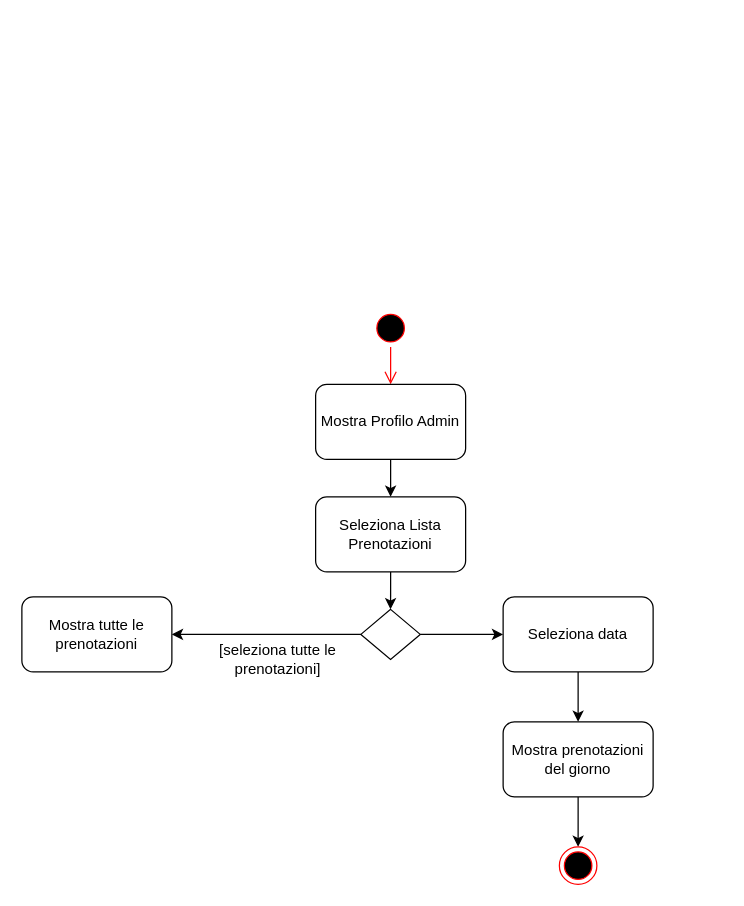
fd-col/ProgettoIngegneriaDelSoftware keeps this draw.io diagram as Diagrammi_delle_attivita/Modificabili/diagramma_attivita_lista_prenotazioni_admin.drawio. Above is the earlier version. Source tidied: cells renumbered, new cells numbered last; positions are measured from the earlier drawing's top-left corner, leaving out a move shared by most shapes. Both pictures are drawn from the tidied source at 125%, with x=0, y=0 at pixel (21, 309).
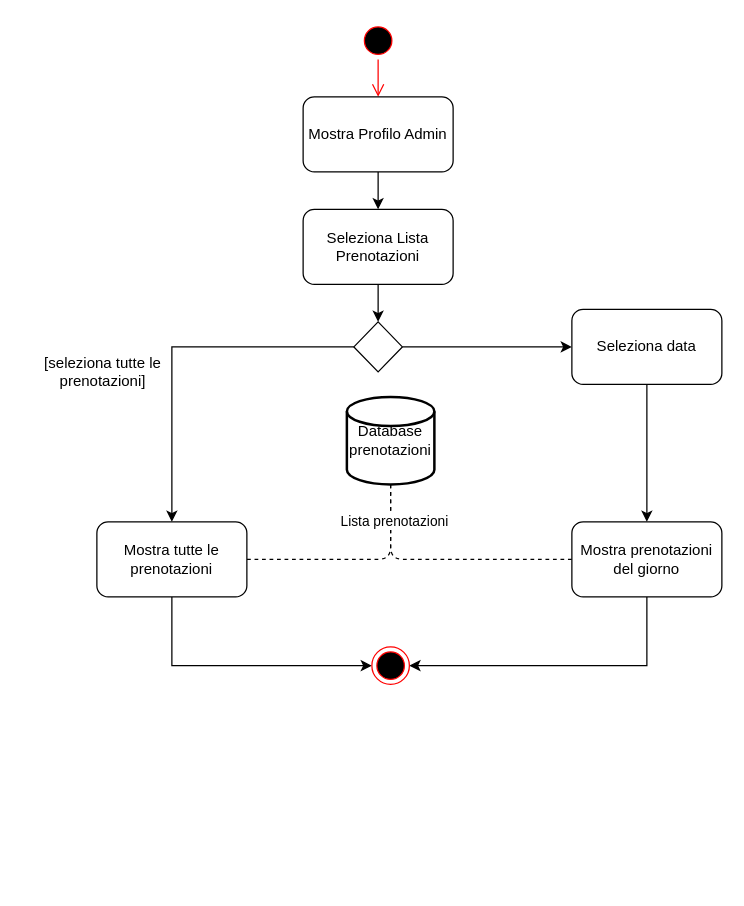
Above is the later version.

The edit, as a diff of the source:
```diff
@@
     <mxCell id="2" style="ellipse;html=1;shape=startState;fillColor=#000000;strokeColor=#ff0000;" parent="1" vertex="1">
-      <mxGeometry x="280" width="30" height="30" as="geometry" />
+      <mxGeometry x="270" y="-230" width="30" height="30" as="geometry" />
     </mxCell>
     <mxCell id="3" style="edgeStyle=orthogonalEdgeStyle;html=1;verticalAlign=bottom;endArrow=open;endSize=8;strokeColor=#ff0000;" parent="1" edge="1" source="2">
       <mxGeometry relative="1" as="geometry">
-        <mxPoint x="295" y="60" as="targetPoint" />
+        <mxPoint x="285" y="-170" as="targetPoint" />
       </mxGeometry>
     </mxCell>
@@
     <mxCell id="5" value="Mostra Profilo Admin" style="rounded=1;whiteSpace=wrap;html=1;" parent="1" vertex="1">
-      <mxGeometry x="235" y="60" width="120" height="60" as="geometry" />
+      <mxGeometry x="225" y="-170" width="120" height="60" as="geometry" />
     </mxCell>
@@
     <mxCell id="7" value="Seleziona Lista Prenotazioni" style="rounded=1;whiteSpace=wrap;html=1;" parent="1" vertex="1">
-      <mxGeometry x="235" y="150" width="120" height="60" as="geometry" />
+      <mxGeometry x="225" y="-80" width="120" height="60" as="geometry" />
     </mxCell>
-    <mxCell id="8" style="edgeStyle=orthogonalEdgeStyle;rounded=0;jettySize=auto;html=1;entryX=1;entryY=0.5;entryDx=0;entryDy=0;" parent="1" edge="1" source="10" target="11">
+    <mxCell id="8" style="edgeStyle=orthogonalEdgeStyle;rounded=0;jettySize=auto;html=1;entryX=0.5;entryY=0;entryDx=0;entryDy=0;" parent="1" edge="1" source="10" target="11">
       <mxGeometry relative="1" as="geometry" />
     </mxCell>
@@
     <mxCell id="10" style="rhombus;whiteSpace=wrap;html=1;" parent="1" vertex="1">
-      <mxGeometry x="271.2" y="240" width="47.5" height="40" as="geometry" />
+      <mxGeometry x="265.6" y="10" width="38.8" height="40" as="geometry" />
     </mxCell>
+    <mxCell id="18" style="edgeStyle=orthogonalEdgeStyle;rounded=0;jettySize=auto;html=1;entryX=0;entryY=0.5;entryDx=0;entryDy=0;" parent="1" edge="1" source="11" target="17">
+      <mxGeometry relative="1" as="geometry">
+        <Array as="points">
+          <mxPoint x="120" y="285" />
+        </Array>
+      </mxGeometry>
+    </mxCell>
     <mxCell id="11" value="Mostra tutte le prenotazioni" style="rounded=1;whiteSpace=wrap;html=1;" parent="1" vertex="1">
-      <mxGeometry y="230" width="120" height="60" as="geometry" />
+      <mxGeometry x="60" y="170" width="120" height="60" as="geometry" />
     </mxCell>
     <mxCell id="12" value="[seleziona tutte le prenotazioni]" style="text;html=1;strokeColor=none;fillColor=none;align=center;verticalAlign=middle;whiteSpace=wrap;rounded=0;" parent="1" vertex="1">
-      <mxGeometry x="150" y="270" width="110" height="20" as="geometry" />
+      <mxGeometry x="10" y="40" width="110" height="20" as="geometry" />
     </mxCell>
@@
     <mxCell id="14" value="Seleziona data" style="rounded=1;whiteSpace=wrap;html=1;" parent="1" vertex="1">
-      <mxGeometry x="385" y="230" width="120" height="60" as="geometry" />
+      <mxGeometry x="440" width="120" height="60" as="geometry" />
     </mxCell>
-    <mxCell id="15" style="edgeStyle=orthogonalEdgeStyle;rounded=0;jettySize=auto;html=1;" parent="1" edge="1" source="16">
+    <mxCell id="15" style="edgeStyle=orthogonalEdgeStyle;rounded=0;jettySize=auto;html=1;entryX=1;entryY=0.5;entryDx=0;entryDy=0;" parent="1" edge="1" source="16" target="17">
       <mxGeometry relative="1" as="geometry">
-        <mxPoint x="445" y="430" as="targetPoint" />
+        <Array as="points">
+          <mxPoint x="500" y="285" />
+        </Array>
       </mxGeometry>
     </mxCell>
     <mxCell id="16" value="Mostra prenotazioni del giorno" style="rounded=1;whiteSpace=wrap;html=1;" parent="1" vertex="1">
-      <mxGeometry x="385" y="330" width="120" height="60" as="geometry" />
+      <mxGeometry x="440" y="170" width="120" height="60" as="geometry" />
     </mxCell>
     <mxCell id="17" style="ellipse;html=1;shape=endState;fillColor=#000000;strokeColor=#ff0000;" parent="1" vertex="1">
-      <mxGeometry x="430" y="430" width="30" height="30" as="geometry" />
+      <mxGeometry x="280" y="270" width="30" height="30" as="geometry" />
     </mxCell>
+    <mxCell id="19" value="Database&lt;br&gt;prenotazioni" style="strokeWidth=2;html=1;shape=mxgraph.flowchart.database;whiteSpace=wrap;" parent="1" vertex="1">
+      <mxGeometry x="260" y="70" width="70" height="70" as="geometry" />
+    </mxCell>
+    <mxCell id="20" style="endArrow=none;dashed=1;html=1;exitX=0.5;exitY=1;exitDx=0;exitDy=0;exitPerimeter=0;entryX=1;entryY=0.5;entryDx=0;entryDy=0;" parent="1" edge="1" source="19" target="11">
+      <mxGeometry relative="1" as="geometry">
+        <Array as="points">
+          <mxPoint x="295" y="200" />
+        </Array>
+      </mxGeometry>
+    </mxCell>
+    <mxCell id="21" style="endArrow=none;dashed=1;html=1;exitX=0.5;exitY=1;exitDx=0;exitDy=0;exitPerimeter=0;entryX=0;entryY=0.5;entryDx=0;entryDy=0;" parent="1" edge="1" source="19" target="16">
+      <mxGeometry relative="1" as="geometry">
+        <Array as="points">
+          <mxPoint x="295" y="200" />
+        </Array>
+      </mxGeometry>
+    </mxCell>
+    <mxCell id="22" value="Lista prenotazioni" style="edgeLabel;html=1;align=center;verticalAlign=middle;" parent="21" vertex="1">
+      <mxGeometry x="-0.72" y="2" relative="1" as="geometry" />
+    </mxCell>
```
